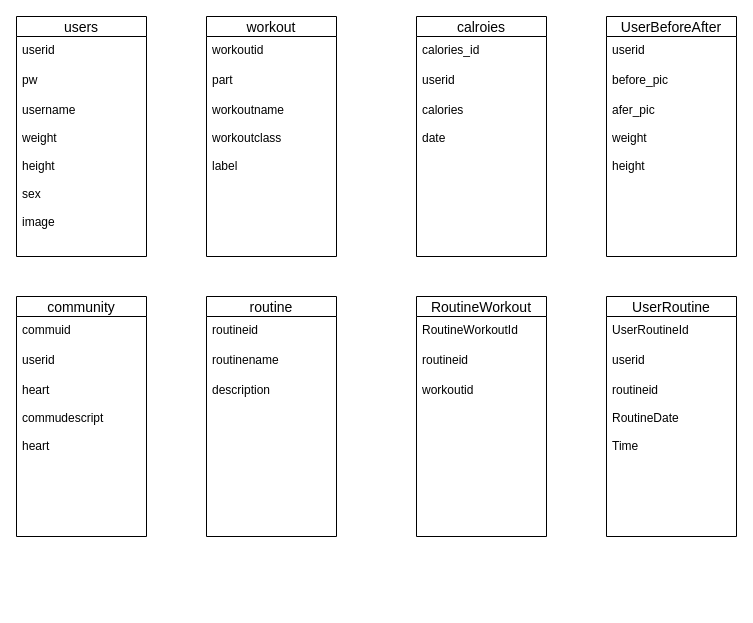
Earlier version of the draw.io diagram Untitled Diagram.drawio (feelwjd/MyPT-Server). Source tidied: cells renumbered, new cells numbered last; positions are measured from the earlier drawing's top-left corner, leaving out a move shared by most shapes. Both pictures are drawn from the tidied source at 100%, with x=0, y=0 at pixel (16, 16).
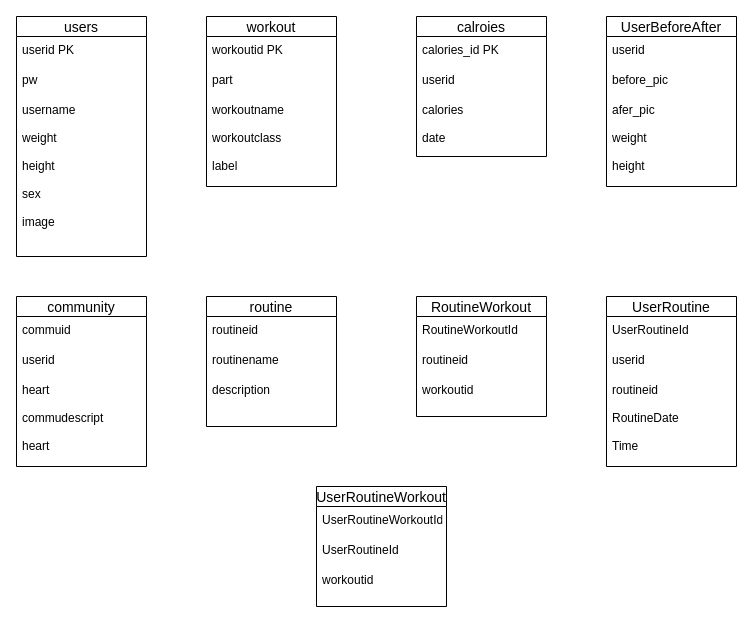
The same diagram, later.

The change refers to these unchanged cells:
```xml
<mxCell id="2" value="users" style="swimlane;fontStyle=0;horizontal=1;startSize=20;align=center;fontSize=14;" parent="1" vertex="1">
  <mxGeometry width="130" height="240" as="geometry" />
</mxCell>
```

Diff of the diagram source:
```diff
@@
-    <mxCell id="3" value="userid&#10;&#10;" style="text;strokeColor=none;fillColor=none;spacingLeft=4;spacingRight=4;overflow=hidden;fontSize=12;" parent="2" vertex="1">
+    <mxCell id="3" value="userid PK&#10;&#10; " style="text;strokeColor=none;fillColor=none;spacingLeft=4;spacingRight=4;overflow=hidden;fontSize=12;" parent="2" vertex="1">
       <mxGeometry y="20" width="130" height="30" as="geometry" />
     </mxCell>
@@
     <mxCell id="6" value="workout" style="swimlane;fontStyle=0;horizontal=1;startSize=20;align=center;fontSize=14;" parent="1" vertex="1">
-      <mxGeometry x="190" width="130" height="240" as="geometry" />
+      <mxGeometry x="190" width="130" height="170" as="geometry" />
     </mxCell>
-    <mxCell id="7" value="workoutid&#10;" style="text;strokeColor=none;fillColor=none;spacingLeft=4;spacingRight=4;overflow=hidden;fontSize=12;" parent="6" vertex="1">
+    <mxCell id="7" value="workoutid PK&#10;" style="text;strokeColor=none;fillColor=none;spacingLeft=4;spacingRight=4;overflow=hidden;fontSize=12;" parent="6" vertex="1">
       <mxGeometry y="20" width="130" height="30" as="geometry" />
     </mxCell>
@@
     <mxCell id="9" value="workoutname&#10;&#10;workoutclass&#10;&#10;label" style="text;strokeColor=none;fillColor=none;spacingLeft=4;spacingRight=4;overflow=hidden;fontSize=12;" parent="6" vertex="1">
-      <mxGeometry y="80" width="130" height="160" as="geometry" />
+      <mxGeometry y="80" width="130" height="90" as="geometry" />
     </mxCell>
     <mxCell id="10" value="calroies" style="swimlane;fontStyle=0;horizontal=1;startSize=20;align=center;fontSize=14;" parent="1" vertex="1">
-      <mxGeometry x="400" width="130" height="240" as="geometry" />
+      <mxGeometry x="400" width="130" height="140" as="geometry" />
     </mxCell>
-    <mxCell id="11" value="calories_id" style="text;strokeColor=none;fillColor=none;spacingLeft=4;spacingRight=4;overflow=hidden;fontSize=12;" parent="10" vertex="1">
+    <mxCell id="11" value="calories_id PK" style="text;strokeColor=none;fillColor=none;spacingLeft=4;spacingRight=4;overflow=hidden;fontSize=12;" parent="10" vertex="1">
       <mxGeometry y="20" width="130" height="30" as="geometry" />
     </mxCell>
@@
     <mxCell id="13" value="calories&#10;&#10;date&#10;" style="text;strokeColor=none;fillColor=none;spacingLeft=4;spacingRight=4;overflow=hidden;fontSize=12;" parent="10" vertex="1">
-      <mxGeometry y="80" width="130" height="160" as="geometry" />
+      <mxGeometry y="80" width="130" height="60" as="geometry" />
     </mxCell>
     <mxCell id="14" value="community" style="swimlane;fontStyle=0;horizontal=1;startSize=20;align=center;fontSize=14;" parent="1" vertex="1">
-      <mxGeometry y="280" width="130" height="240" as="geometry" />
+      <mxGeometry y="280" width="130" height="170" as="geometry" />
     </mxCell>
@@
     <mxCell id="17" value="heart&#10;&#10;commudescript&#10;&#10;heart" style="text;strokeColor=none;fillColor=none;spacingLeft=4;spacingRight=4;overflow=hidden;fontSize=12;" parent="14" vertex="1">
-      <mxGeometry y="80" width="130" height="160" as="geometry" />
+      <mxGeometry y="80" width="130" height="90" as="geometry" />
     </mxCell>
     <mxCell id="18" value="routine" style="swimlane;fontStyle=0;horizontal=1;startSize=20;align=center;fontSize=14;" parent="1" vertex="1">
-      <mxGeometry x="190" y="280" width="130" height="240" as="geometry" />
+      <mxGeometry x="190" y="280" width="130" height="130" as="geometry" />
     </mxCell>
@@
     <mxCell id="21" value="description" style="text;strokeColor=none;fillColor=none;spacingLeft=4;spacingRight=4;overflow=hidden;fontSize=12;" parent="18" vertex="1">
-      <mxGeometry y="80" width="130" height="160" as="geometry" />
+      <mxGeometry y="80" width="130" height="50" as="geometry" />
     </mxCell>
     <mxCell id="22" value="RoutineWorkout" style="swimlane;fontStyle=0;horizontal=1;startSize=20;align=center;fontSize=14;" parent="1" vertex="1">
-      <mxGeometry x="400" y="280" width="130" height="240" as="geometry" />
+      <mxGeometry x="400" y="280" width="130" height="120" as="geometry" />
     </mxCell>
@@
     <mxCell id="25" value="workoutid" style="text;strokeColor=none;fillColor=none;spacingLeft=4;spacingRight=4;overflow=hidden;fontSize=12;" parent="22" vertex="1">
-      <mxGeometry y="80" width="130" height="160" as="geometry" />
+      <mxGeometry y="80" width="130" height="40" as="geometry" />
     </mxCell>
     <mxCell id="26" value="UserBeforeAfter" style="swimlane;fontStyle=0;horizontal=1;startSize=20;align=center;fontSize=14;" parent="1" vertex="1">
-      <mxGeometry x="590" width="130" height="240" as="geometry" />
+      <mxGeometry x="590" width="130" height="170" as="geometry" />
     </mxCell>
@@
     <mxCell id="29" value="afer_pic&#10;&#10;weight&#10;&#10;height&#10;" style="text;strokeColor=none;fillColor=none;spacingLeft=4;spacingRight=4;overflow=hidden;fontSize=12;" parent="26" vertex="1">
-      <mxGeometry y="80" width="130" height="160" as="geometry" />
+      <mxGeometry y="80" width="130" height="90" as="geometry" />
     </mxCell>
     <mxCell id="30" value="UserRoutine" style="swimlane;fontStyle=0;horizontal=1;startSize=20;align=center;fontSize=14;" parent="1" vertex="1">
-      <mxGeometry x="590" y="280" width="130" height="240" as="geometry" />
+      <mxGeometry x="590" y="280" width="130" height="170" as="geometry" />
     </mxCell>
@@
     <mxCell id="33" value="routineid&#10;&#10;RoutineDate&#10;&#10;Time" style="text;strokeColor=none;fillColor=none;spacingLeft=4;spacingRight=4;overflow=hidden;fontSize=12;" parent="30" vertex="1">
-      <mxGeometry y="80" width="130" height="160" as="geometry" />
+      <mxGeometry y="80" width="130" height="90" as="geometry" />
     </mxCell>
+    <mxCell id="34" value="UserRoutineWorkout" style="swimlane;fontStyle=0;horizontal=1;startSize=20;align=center;fontSize=14;" parent="1" vertex="1">
+      <mxGeometry x="300" y="470" width="130" height="120" as="geometry" />
+    </mxCell>
+    <mxCell id="35" value="UserRoutineWorkoutId" style="text;strokeColor=none;fillColor=none;spacingLeft=4;spacingRight=4;overflow=hidden;fontSize=12;" parent="34" vertex="1">
+      <mxGeometry y="20" width="130" height="30" as="geometry" />
+    </mxCell>
+    <mxCell id="36" value="UserRoutineId" style="text;strokeColor=none;fillColor=none;spacingLeft=4;spacingRight=4;overflow=hidden;fontSize=12;" parent="34" vertex="1">
+      <mxGeometry y="50" width="130" height="30" as="geometry" />
+    </mxCell>
+    <mxCell id="37" value="workoutid" style="text;strokeColor=none;fillColor=none;spacingLeft=4;spacingRight=4;overflow=hidden;fontSize=12;" parent="34" vertex="1">
+      <mxGeometry y="80" width="130" height="40" as="geometry" />
+    </mxCell>
```
